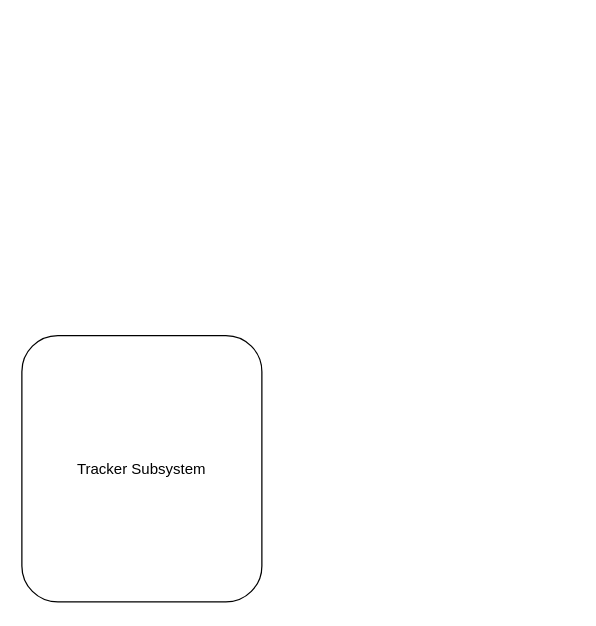
The draw.io diagram subsystem diagram.drawio in raleighcarsone/Ground-Station, before the edit. Source tidied: cells renumbered, new cells numbered last; positions are measured from the earlier drawing's top-left corner, leaving out a move shared by most shapes. Both pictures are drawn from the tidied source at 125%, with x=0, y=0 at pixel (21, 335).
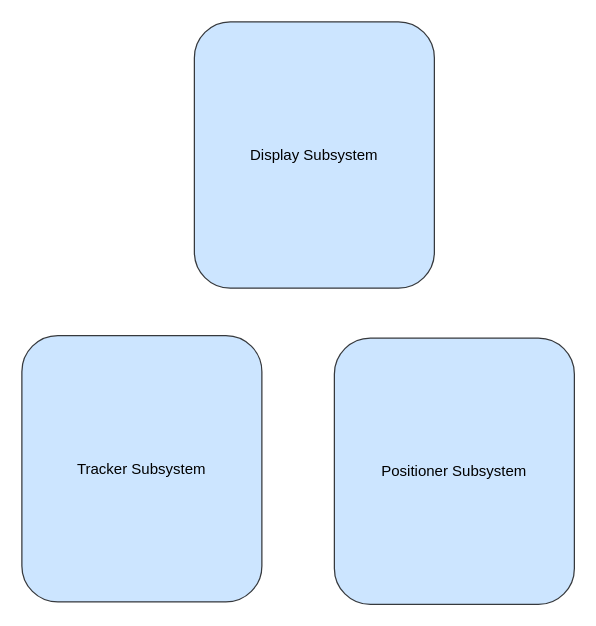
The same page after the edit.

Diff of the diagram source:
```diff
@@
 <mxGraphModel>
   <root>
     <mxCell id="0" />
     <mxCell id="1" parent="0" />
-    <mxCell id="2" value="Tracker Subsystem" style="rounded=1;whiteSpace=wrap;html=1;hachureGap=4;" parent="1" vertex="1">
+    <mxCell id="2" value="Tracker Subsystem" style="rounded=1;whiteSpace=wrap;html=1;hachureGap=4;fillColor=#cce5ff;strokeColor=#36393d;" parent="1" vertex="1">
       <mxGeometry width="192" height="213" as="geometry" />
     </mxCell>
+    <mxCell id="3" value="Positioner Subsystem" style="rounded=1;whiteSpace=wrap;html=1;hachureGap=4;fillColor=#cce5ff;strokeColor=#36393d;" parent="1" vertex="1">
+      <mxGeometry x="250" y="2" width="192" height="213" as="geometry" />
+    </mxCell>
+    <mxCell id="4" value="Display Subsystem" style="rounded=1;whiteSpace=wrap;html=1;hachureGap=4;fillColor=#cce5ff;strokeColor=#36393d;" parent="1" vertex="1">
+      <mxGeometry x="138" y="-251" width="192" height="213" as="geometry" />
+    </mxCell>
   </root>
 </mxGraphModel>
```
